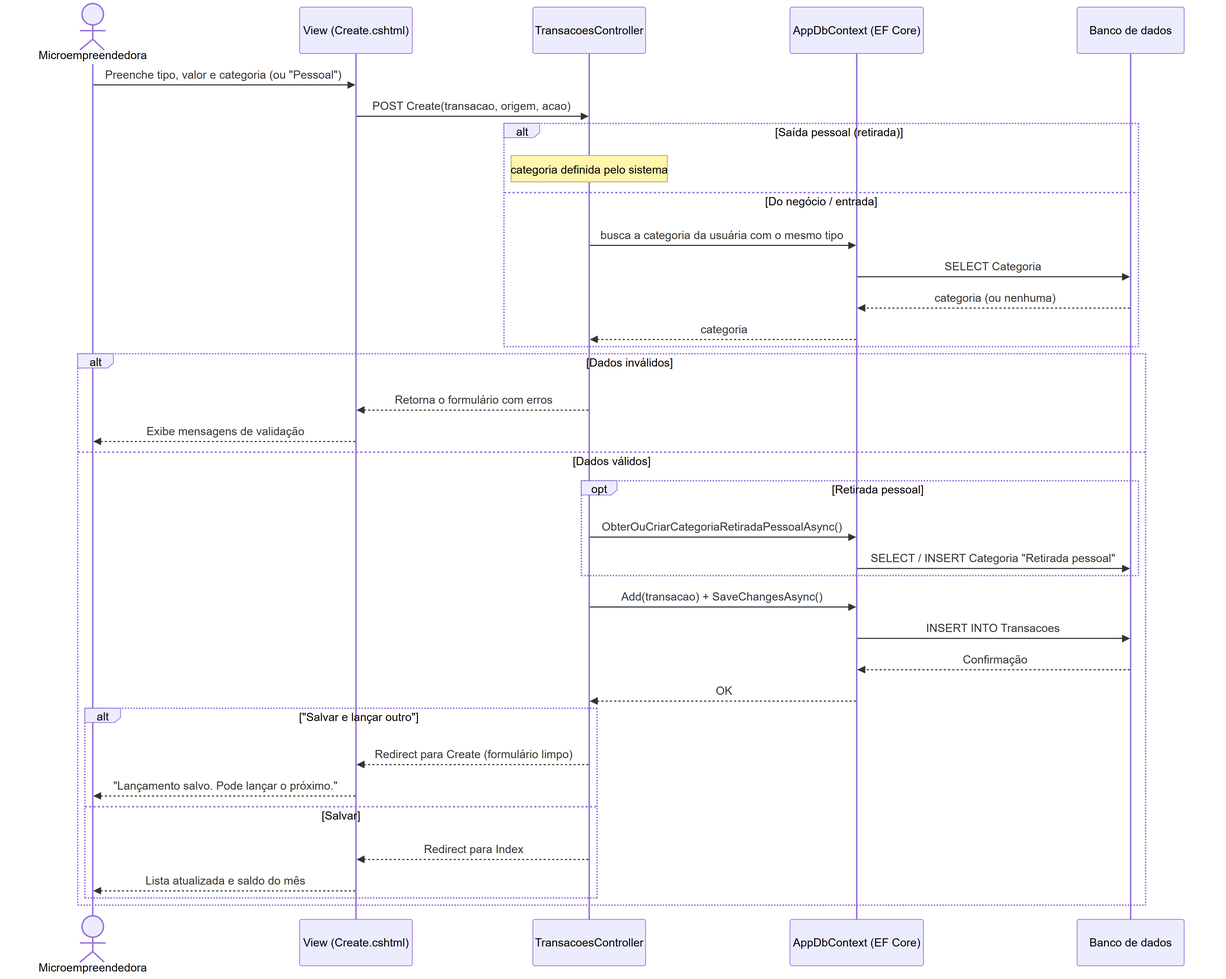
Before: docs/diagramas/finais/fig5_sequencia_lancamento.png, a diagram exported from Mermaid (profetadiario/GFMEI). Its source is kept beside it as docs/diagramas/fontes/fig5_sequencia_lancamento.mmd. The source it was exported from:
```mermaid
sequenceDiagram
    actor U as Microempreendedora
    participant V as View (Create.cshtml)
    participant C as TransacoesController
    participant DB as AppDbContext (EF Core)
    participant B as Banco de dados
    U->>V: Preenche tipo, valor e categoria (ou "Pessoal")
    V->>C: POST Create(transacao, origem, acao)
    alt Saída pessoal (retirada)
        Note over C: categoria definida pelo sistema
    else Do negócio / entrada
        C->>DB: busca a categoria da usuária com o mesmo tipo
        DB->>B: SELECT Categoria
        B-->>DB: categoria (ou nenhuma)
        DB-->>C: categoria
    end
    alt Dados inválidos
        C-->>V: Retorna o formulário com erros
        V-->>U: Exibe mensagens de validação
    else Dados válidos
        opt Retirada pessoal
            C->>DB: ObterOuCriarCategoriaRetiradaPessoalAsync()
            DB->>B: SELECT / INSERT Categoria "Retirada pessoal"
        end
        C->>DB: Add(transacao) + SaveChangesAsync()
        DB->>B: INSERT INTO Transacoes
        B-->>DB: Confirmação
        DB-->>C: OK
        alt "Salvar e lançar outro"
            C-->>V: Redirect para Create (formulário limpo)
            V-->>U: "Lançamento salvo. Pode lançar o próximo."
        else Salvar
            C-->>V: Redirect para Index
            V-->>U: Lista atualizada e saldo do mês
        end
    end
```
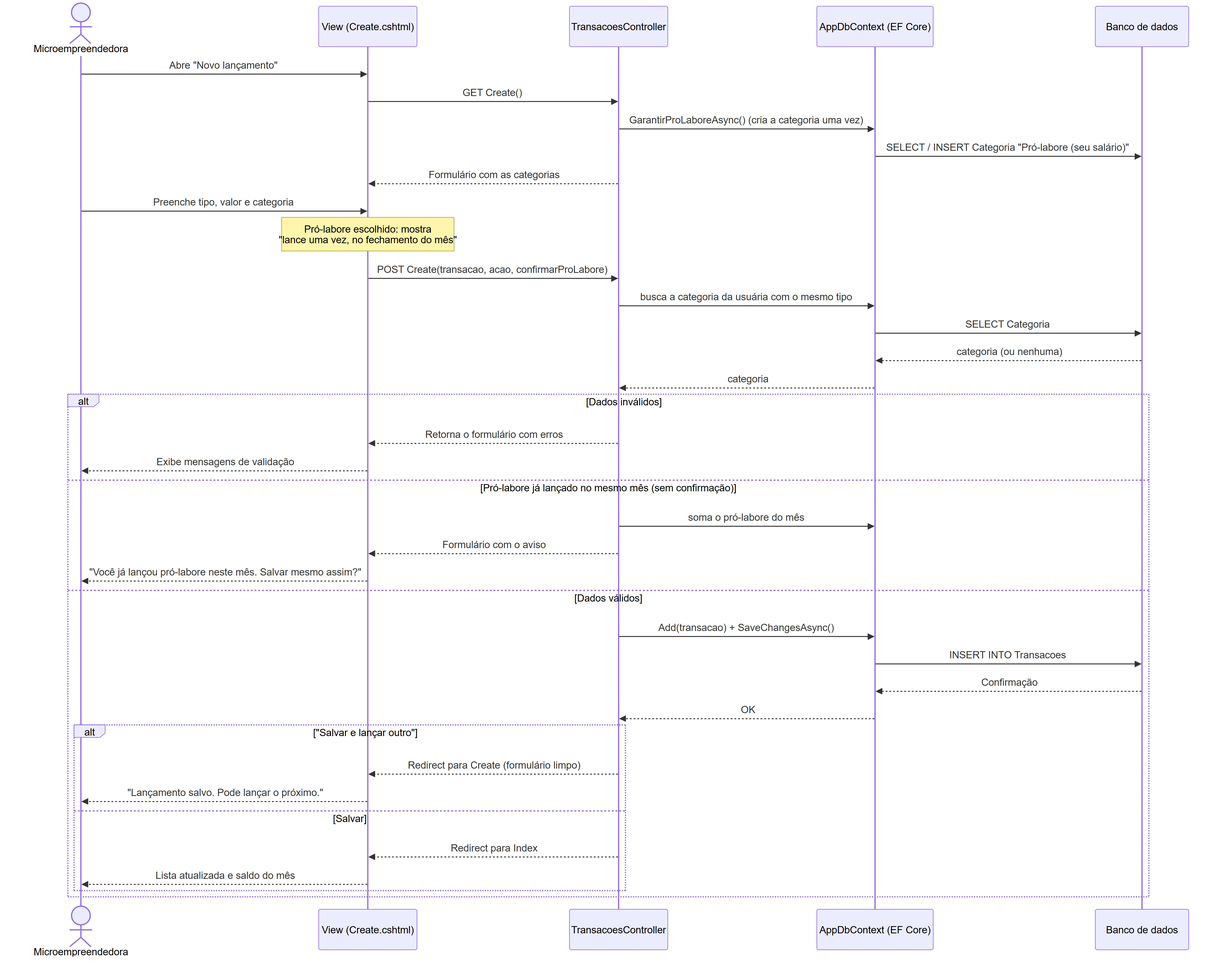
The same diagram one commit later.

What changed in the source:
```diff
@@ -4,24 +4,26 @@
     participant C as TransacoesController
     participant DB as AppDbContext (EF Core)
     participant B as Banco de dados
-    U->>V: Preenche tipo, valor e categoria (ou "Pessoal")
-    V->>C: POST Create(transacao, origem, acao)
-    alt Saída pessoal (retirada)
-        Note over C: categoria definida pelo sistema
-    else Do negócio / entrada
-        C->>DB: busca a categoria da usuária com o mesmo tipo
-        DB->>B: SELECT Categoria
-        B-->>DB: categoria (ou nenhuma)
-        DB-->>C: categoria
-    end
+    U->>V: Abre "Novo lançamento"
+    V->>C: GET Create()
+    C->>DB: GarantirProLaboreAsync() (cria a categoria uma vez)
+    DB->>B: SELECT / INSERT Categoria "Pró-labore (seu salário)"
+    C-->>V: Formulário com as categorias
+    U->>V: Preenche tipo, valor e categoria
+    Note over V: Pró-labore escolhido: mostra<br/>"lance uma vez, no fechamento do mês"
+    V->>C: POST Create(transacao, acao, confirmarProLabore)
+    C->>DB: busca a categoria da usuária com o mesmo tipo
+    DB->>B: SELECT Categoria
+    B-->>DB: categoria (ou nenhuma)
+    DB-->>C: categoria
     alt Dados inválidos
         C-->>V: Retorna o formulário com erros
         V-->>U: Exibe mensagens de validação
+    else Pró-labore já lançado no mesmo mês (sem confirmação)
+        C->>DB: soma o pró-labore do mês
+        C-->>V: Formulário com o aviso
+        V-->>U: "Você já lançou pró-labore neste mês. Salvar mesmo assim?"
     else Dados válidos
-        opt Retirada pessoal
-            C->>DB: ObterOuCriarCategoriaRetiradaPessoalAsync()
-            DB->>B: SELECT / INSERT Categoria "Retirada pessoal"
-        end
         C->>DB: Add(transacao) + SaveChangesAsync()
         DB->>B: INSERT INTO Transacoes
         B-->>DB: Confirmação
```
